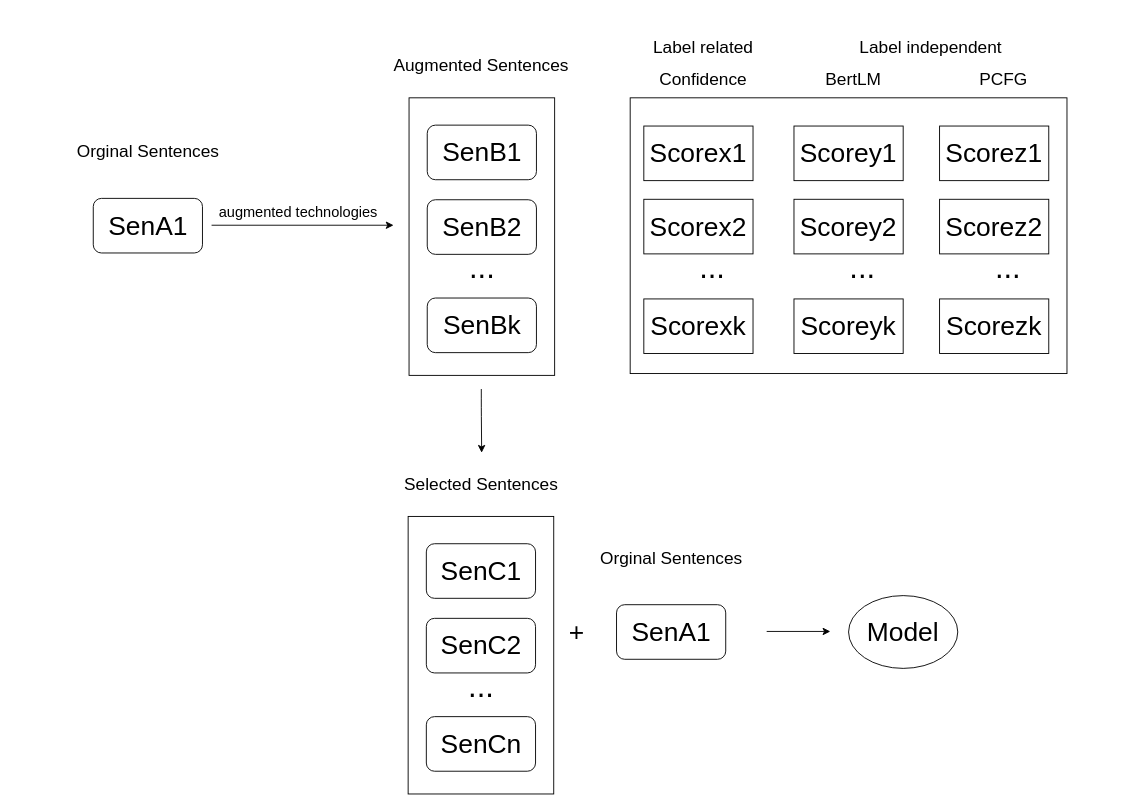
This is 未命名绘图.drawio from Alex0xf/ARTS, a draw.io file, before an edit. Source tidied: cells renumbered, new cells numbered last; positions are measured from the earlier drawing's top-left corner, leaving out a move shared by most shapes. Both pictures are drawn from the tidied source at 91%, with x=0, y=0 at pixel (70, 34).
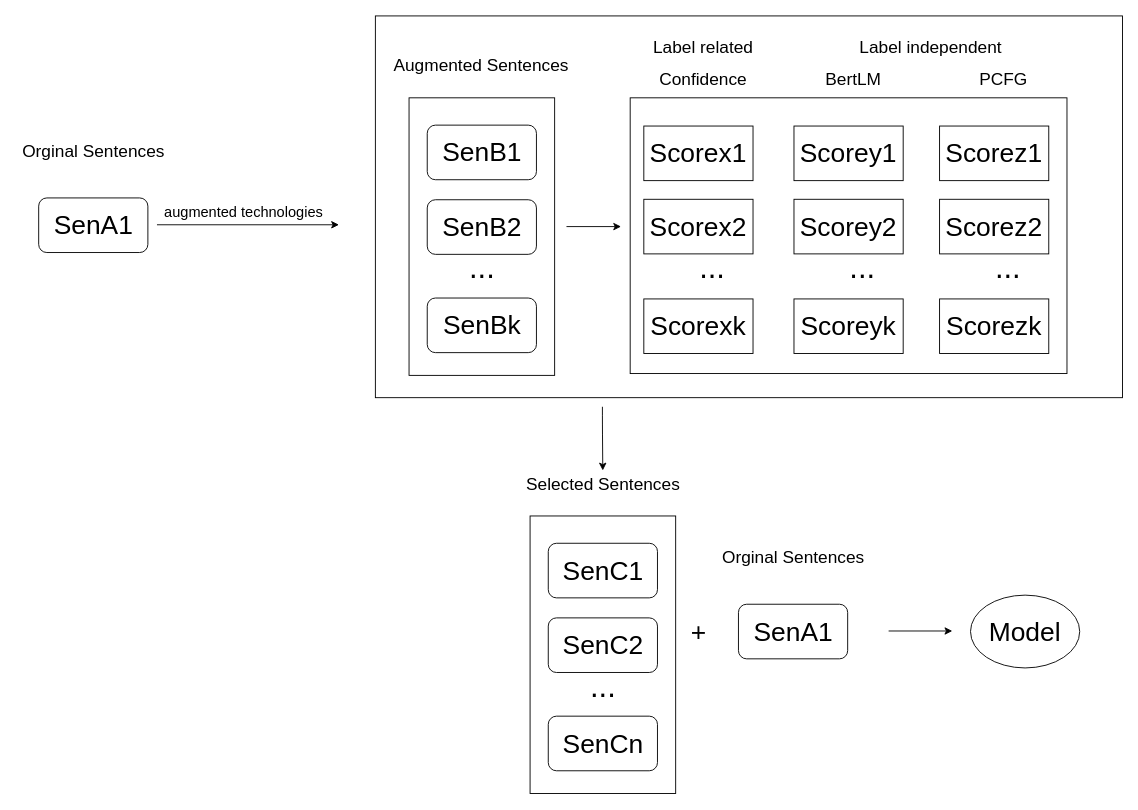
The same page after the edit.

Change to the diagram source:
```diff
@@
+    <mxCell id="50" style="rounded=0;whiteSpace=wrap;html=1;" parent="1" vertex="1">
+      <mxGeometry x="335" y="-20" width="821" height="419.5" as="geometry" />
+    </mxCell>
     <mxCell id="2" style="rounded=1;whiteSpace=wrap;html=1;" parent="1" vertex="1">
-      <mxGeometry x="25" y="180.5" width="120" height="60" as="geometry" />
+      <mxGeometry x="-35" y="180" width="120" height="60" as="geometry" />
     </mxCell>
     <mxCell id="3" style="edgeStyle=orthogonalEdgeStyle;rounded=0;orthogonalLoop=1;jettySize=auto;html=1;fontSize=29;" parent="1" edge="1">
       <mxGeometry relative="1" as="geometry">
-        <mxPoint x="155" y="210" as="sourcePoint" />
-        <mxPoint x="355" y="210" as="targetPoint" />
+        <mxPoint x="95" y="209.5" as="sourcePoint" />
+        <mxPoint x="295" y="209.5" as="targetPoint" />
       </mxGeometry>
     </mxCell>
     <mxCell id="4" value="&lt;font style=&quot;font-size: 29px&quot;&gt;SenA1&lt;/font&gt;" style="text;html=1;align=center;verticalAlign=middle;rounded=0;fontSize=29;" parent="1" vertex="1">
-      <mxGeometry x="35" y="190.5" width="100" height="40" as="geometry" />
+      <mxGeometry x="-25" y="190" width="100" height="40" as="geometry" />
     </mxCell>
     <mxCell id="5" value="Orginal Sentences" style="text;html=1;align=center;verticalAlign=middle;fontSize=19;" parent="1" vertex="1">
-      <mxGeometry y="115" width="170" height="30" as="geometry" />
+      <mxGeometry x="-60" y="114.5" width="170" height="30" as="geometry" />
     </mxCell>
@@
     <mxCell id="7" value="augmented technologies" style="text;html=1;align=center;verticalAlign=middle;fontSize=16;" parent="1" vertex="1">
-      <mxGeometry x="155" y="185.5" width="190" height="20" as="geometry" />
+      <mxGeometry x="95" y="185" width="190" height="20" as="geometry" />
     </mxCell>
     <mxCell id="8" style="endArrow=classic;html=1;" parent="1" edge="1">
       <mxGeometry relative="1" as="geometry">
-        <mxPoint x="451.4" y="390" as="sourcePoint" />
-        <mxPoint x="451.8" y="460" as="targetPoint" />
+        <mxPoint x="584.5" y="409.5" as="sourcePoint" />
+        <mxPoint x="584.9" y="479.5" as="targetPoint" />
         <Array as="points">
-          <mxPoint x="451.4" y="410" />
+          <mxPoint x="584.5" y="429.5" />
         </Array>
       </mxGeometry>
     </mxCell>
     <mxCell id="9" value="Selected Sentences" style="text;html=1;align=center;verticalAlign=middle;fontSize=19;" parent="1" vertex="1">
-      <mxGeometry x="361" y="480" width="180" height="30" as="geometry" />
+      <mxGeometry x="495" y="479.5" width="180" height="30" as="geometry" />
     </mxCell>
     <mxCell id="10" style="endArrow=classic;html=1;" parent="1" edge="1">
       <mxGeometry relative="1" as="geometry">
-        <mxPoint x="765" y="656.4" as="sourcePoint" />
-        <mxPoint x="835" y="656.4" as="targetPoint" />
+        <mxPoint x="899" y="655.9" as="sourcePoint" />
+        <mxPoint x="969" y="655.9" as="targetPoint" />
       </mxGeometry>
     </mxCell>
     <mxCell id="11" value="&lt;font style=&quot;font-size: 29px&quot;&gt;Model&lt;/font&gt;" style="ellipse;whiteSpace=wrap;html=1;rounded=0;sketch=0;" parent="1" vertex="1">
-      <mxGeometry x="855" y="617" width="120" height="80" as="geometry" />
+      <mxGeometry x="989" y="616.5" width="120" height="80" as="geometry" />
     </mxCell>
     <mxCell id="12" style="rounded=1;whiteSpace=wrap;html=1;" parent="1" vertex="1">
-      <mxGeometry x="600" y="627" width="120" height="60" as="geometry" />
+      <mxGeometry x="734" y="626.5" width="120" height="60" as="geometry" />
     </mxCell>
     <mxCell id="13" value="&lt;font style=&quot;font-size: 29px&quot;&gt;SenA1&lt;/font&gt;" style="text;html=1;align=center;verticalAlign=middle;rounded=0;fontSize=29;" parent="1" vertex="1">
-      <mxGeometry x="610" y="637" width="100" height="40" as="geometry" />
+      <mxGeometry x="744" y="636.5" width="100" height="40" as="geometry" />
     </mxCell>
     <mxCell id="14" value="Orginal Sentences" style="text;html=1;align=center;verticalAlign=middle;fontSize=19;" parent="1" vertex="1">
-      <mxGeometry x="575" y="561.5" width="170" height="30" as="geometry" />
+      <mxGeometry x="709" y="561" width="170" height="30" as="geometry" />
     </mxCell>
     <mxCell id="15" value="&lt;font style=&quot;font-size: 29px&quot;&gt;+&lt;/font&gt;" style="text;html=1;align=center;verticalAlign=middle;" parent="1" vertex="1">
-      <mxGeometry x="541" y="647" width="30" height="20" as="geometry" />
+      <mxGeometry x="675" y="646.5" width="30" height="20" as="geometry" />
     </mxCell>
@@
     <mxCell id="42" style="rounded=0;whiteSpace=wrap;html=1;sketch=0;" parent="1" vertex="1">
-      <mxGeometry x="371" y="530" width="160" height="305" as="geometry" />
+      <mxGeometry x="505" y="529.5" width="160" height="305" as="geometry" />
     </mxCell>
     <mxCell id="43" style="rounded=1;whiteSpace=wrap;html=1;" parent="1" vertex="1">
-      <mxGeometry x="391" y="642" width="120" height="60" as="geometry" />
+      <mxGeometry x="525" y="641.5" width="120" height="60" as="geometry" />
     </mxCell>
     <mxCell id="44" value="&lt;font style=&quot;font-size: 29px&quot;&gt;SenC2&lt;/font&gt;" style="text;html=1;align=center;verticalAlign=middle;fillColor=none;strokeColor=none;rounded=0;fontSize=29;" parent="1" vertex="1">
-      <mxGeometry x="401" y="652" width="100" height="40" as="geometry" />
+      <mxGeometry x="535" y="651.5" width="100" height="40" as="geometry" />
     </mxCell>
     <mxCell id="45" style="rounded=1;whiteSpace=wrap;html=1;" parent="1" vertex="1">
-      <mxGeometry x="391" y="560" width="120" height="60" as="geometry" />
+      <mxGeometry x="525" y="559.5" width="120" height="60" as="geometry" />
     </mxCell>
     <mxCell id="46" value="&lt;font style=&quot;font-size: 29px&quot;&gt;SenC1&lt;/font&gt;" style="text;html=1;align=center;verticalAlign=middle;fillColor=none;strokeColor=none;rounded=0;fontSize=29;" parent="1" vertex="1">
-      <mxGeometry x="401" y="570" width="100" height="40" as="geometry" />
+      <mxGeometry x="535" y="569.5" width="100" height="40" as="geometry" />
     </mxCell>
     <mxCell id="47" style="rounded=1;whiteSpace=wrap;html=1;" parent="1" vertex="1">
-      <mxGeometry x="391" y="750" width="120" height="60" as="geometry" />
+      <mxGeometry x="525" y="749.5" width="120" height="60" as="geometry" />
     </mxCell>
     <mxCell id="48" value="&lt;font style=&quot;font-size: 29px&quot;&gt;SenCn&lt;/font&gt;" style="text;html=1;align=center;verticalAlign=middle;fillColor=none;strokeColor=none;rounded=0;fontSize=29;" parent="1" vertex="1">
-      <mxGeometry x="401" y="760" width="100" height="40" as="geometry" />
+      <mxGeometry x="535" y="759.5" width="100" height="40" as="geometry" />
     </mxCell>
     <mxCell id="49" value="..." style="text;html=1;align=center;verticalAlign=middle;fontSize=34;" parent="1" vertex="1">
-      <mxGeometry x="431" y="692" width="40" height="50" as="geometry" />
+      <mxGeometry x="565" y="691.5" width="40" height="50" as="geometry" />
     </mxCell>
+    <mxCell id="51" style="endArrow=classic;html=1;" parent="1" edge="1">
+      <mxGeometry relative="1" as="geometry">
+        <mxPoint x="545" y="211.5" as="sourcePoint" />
+        <mxPoint x="605" y="211.5" as="targetPoint" />
+      </mxGeometry>
+    </mxCell>
```
